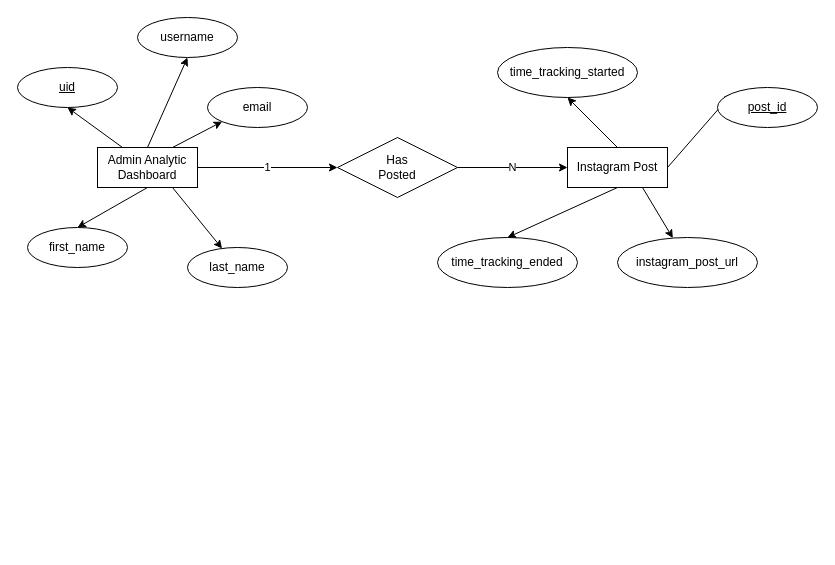
Before: database-challenge/ERD.drawio in desenfirman/lautan-natural-krimerindo, a draw.io diagram. Source tidied: cells renumbered, new cells numbered last; positions are measured from the earlier drawing's top-left corner, leaving out a move shared by most shapes. Both pictures are drawn from the tidied source at 100%, with x=0, y=0 at pixel (17, 17).
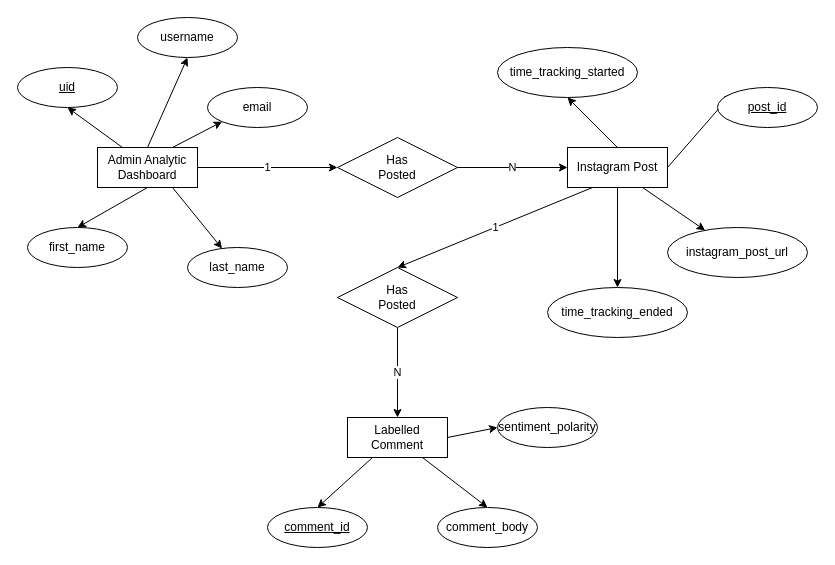
After the change.

The change refers to these unchanged cells:
```xml
<mxCell id="18" value="Instagram Post" style="whiteSpace=wrap;html=1;align=center;" parent="1" vertex="1">
  <mxGeometry x="550" y="130" width="100" height="40" as="geometry" />
</mxCell>
```

The edit, as a diff of the source:
```diff
@@
+    <mxCell id="25" value="1" style="edgeStyle=none;rounded=0;jettySize=auto;html=1;exitX=0.25;exitY=1;exitDx=0;exitDy=0;entryX=0.5;entryY=0;entryDx=0;entryDy=0;" parent="1" edge="1" source="18" target="27">
+      <mxGeometry relative="1" as="geometry" />
+    </mxCell>
@@
     <mxCell id="20" value="time_tracking_ended" style="ellipse;whiteSpace=wrap;html=1;align=center;" parent="1" vertex="1">
-      <mxGeometry x="420" y="220" width="140" height="50" as="geometry" />
+      <mxGeometry x="530" y="270" width="140" height="50" as="geometry" />
     </mxCell>
@@
     <mxCell id="23" value="instagram_post_url" style="ellipse;whiteSpace=wrap;html=1;align=center;" parent="1" vertex="1">
-      <mxGeometry x="600" y="220" width="140" height="50" as="geometry" />
+      <mxGeometry x="650" y="210" width="140" height="50" as="geometry" />
     </mxCell>
@@
+    <mxCell id="26" value="N" style="edgeStyle=none;rounded=0;jettySize=auto;html=1;exitX=0.5;exitY=1;exitDx=0;exitDy=0;" parent="1" edge="1" source="27" target="31">
+      <mxGeometry relative="1" as="geometry" />
+    </mxCell>
+    <mxCell id="27" value="Has&lt;br&gt;Posted" style="shape=rhombus;perimeter=rhombusPerimeter;whiteSpace=wrap;html=1;align=center;" parent="1" vertex="1">
+      <mxGeometry x="320" y="250" width="120" height="60" as="geometry" />
+    </mxCell>
+    <mxCell id="28" style="edgeStyle=none;rounded=0;jettySize=auto;html=1;exitX=0.25;exitY=1;exitDx=0;exitDy=0;entryX=0.5;entryY=0;entryDx=0;entryDy=0;" parent="1" edge="1" source="31" target="33">
+      <mxGeometry relative="1" as="geometry" />
+    </mxCell>
+    <mxCell id="29" style="edgeStyle=none;rounded=0;jettySize=auto;html=1;exitX=0.75;exitY=1;exitDx=0;exitDy=0;entryX=0.5;entryY=0;entryDx=0;entryDy=0;" parent="1" edge="1" source="31" target="32">
+      <mxGeometry relative="1" as="geometry" />
+    </mxCell>
+    <mxCell id="30" style="edgeStyle=none;rounded=0;jettySize=auto;html=1;exitX=1;exitY=0.5;exitDx=0;exitDy=0;entryX=0;entryY=0.5;entryDx=0;entryDy=0;" parent="1" edge="1" source="31" target="34">
+      <mxGeometry relative="1" as="geometry" />
+    </mxCell>
+    <mxCell id="31" value="Labelled Comment" style="whiteSpace=wrap;html=1;align=center;" parent="1" vertex="1">
+      <mxGeometry x="330" y="400" width="100" height="40" as="geometry" />
+    </mxCell>
+    <mxCell id="32" value="comment_body" style="ellipse;whiteSpace=wrap;html=1;align=center;" parent="1" vertex="1">
+      <mxGeometry x="420" y="490" width="100" height="40" as="geometry" />
+    </mxCell>
+    <mxCell id="33" value="comment_id" style="ellipse;whiteSpace=wrap;html=1;align=center;fontStyle=4;" parent="1" vertex="1">
+      <mxGeometry x="250" y="490" width="100" height="40" as="geometry" />
+    </mxCell>
+    <mxCell id="34" value="sentiment_polarity" style="ellipse;whiteSpace=wrap;html=1;align=center;" parent="1" vertex="1">
+      <mxGeometry x="480" y="390" width="100" height="40" as="geometry" />
+    </mxCell>
```
